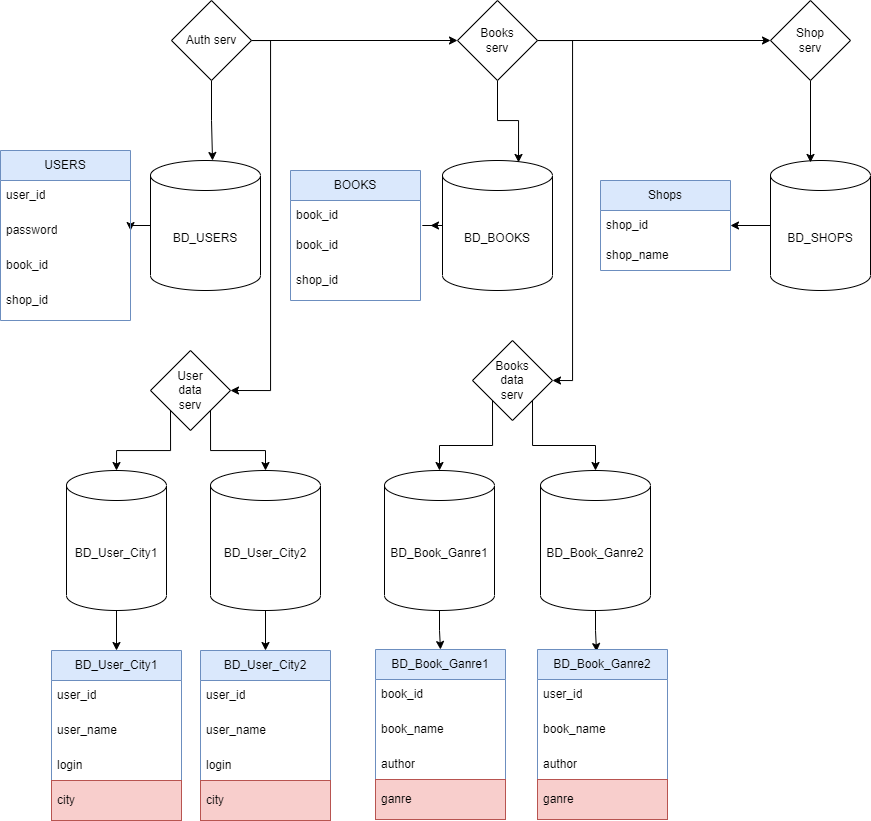
Above: sqlsdb5_hw5/schema.png in sanych79/sqldb5_hw5 (draw.io), before the change. Source tidied: cells renumbered, new cells last; positions are measured from the earlier drawing's top-left corner, leaving out a move shared by most shapes.
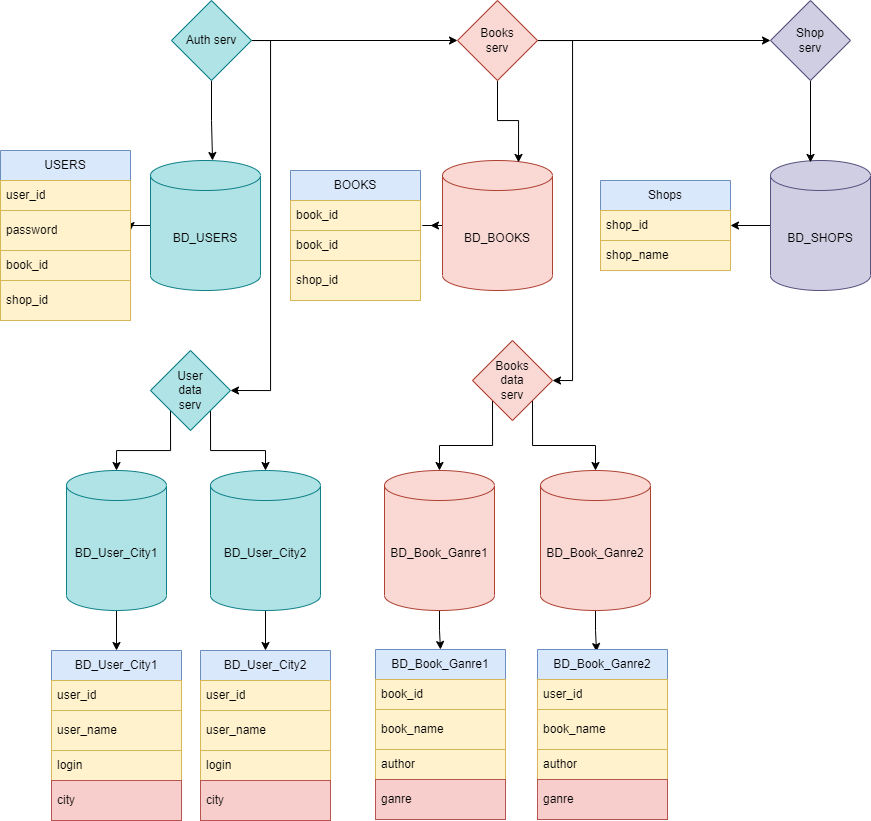
Later version of the same file.

Commit message:
shema modif

Change to the diagram source:
```diff
@@ -5,7 +5,7 @@
     <mxCell id="2" style="edgeStyle=orthogonalEdgeStyle;rounded=0;jettySize=auto;html=1;" parent="1" edge="1" source="3" target="10">
       <mxGeometry relative="1" as="geometry" />
     </mxCell>
-    <mxCell id="3" value="BD_USERS" style="shape=cylinder3;whiteSpace=wrap;html=1;boundedLbl=1;backgroundOutline=1;size=15;" parent="1" vertex="1">
+    <mxCell id="3" value="BD_USERS" style="shape=cylinder3;whiteSpace=wrap;html=1;boundedLbl=1;backgroundOutline=1;size=15;fillColor=#b0e3e6;strokeColor=#0e8088;" parent="1" vertex="1">
       <mxGeometry x="150" y="160" width="110" height="130" as="geometry" />
     </mxCell>
     <mxCell id="4" style="edgeStyle=orthogonalEdgeStyle;rounded=0;jettySize=auto;html=1;" parent="1" edge="1" source="5">
@@ -13,28 +13,28 @@
         <mxPoint x="430" y="225" as="targetPoint" />
       </mxGeometry>
     </mxCell>
-    <mxCell id="5" value="BD_BOOKS" style="shape=cylinder3;whiteSpace=wrap;html=1;boundedLbl=1;backgroundOutline=1;size=15;" parent="1" vertex="1">
+    <mxCell id="5" value="BD_BOOKS" style="shape=cylinder3;whiteSpace=wrap;html=1;boundedLbl=1;backgroundOutline=1;size=15;fillColor=#fad9d5;strokeColor=#ae4132;" parent="1" vertex="1">
       <mxGeometry x="442" y="160" width="110" height="130" as="geometry" />
     </mxCell>
     <mxCell id="6" style="edgeStyle=orthogonalEdgeStyle;rounded=0;jettySize=auto;html=1;" parent="1" edge="1" source="7" target="68">
       <mxGeometry relative="1" as="geometry" />
     </mxCell>
-    <mxCell id="7" value="BD_SHOPS" style="shape=cylinder3;whiteSpace=wrap;html=1;boundedLbl=1;backgroundOutline=1;size=15;" parent="1" vertex="1">
+    <mxCell id="7" value="BD_SHOPS" style="shape=cylinder3;whiteSpace=wrap;html=1;boundedLbl=1;backgroundOutline=1;size=15;fillColor=#d0cee2;strokeColor=#56517e;" parent="1" vertex="1">
       <mxGeometry x="770" y="160" width="100" height="130" as="geometry" />
     </mxCell>
     <mxCell id="8" value="USERS" style="swimlane;fontStyle=0;horizontal=1;startSize=30;whiteSpace=wrap;html=1;fillColor=#dae8fc;strokeColor=#6c8ebf;" parent="1" vertex="1">
       <mxGeometry y="150" width="130" height="170" as="geometry" />
     </mxCell>
-    <mxCell id="9" value="user_id" style="text;strokeColor=none;fillColor=none;align=left;verticalAlign=middle;spacingLeft=4;spacingRight=4;overflow=hidden;whiteSpace=wrap;html=1;" parent="8" vertex="1">
+    <mxCell id="9" value="user_id" style="text;strokeColor=#d6b656;fillColor=#fff2cc;align=left;verticalAlign=middle;spacingLeft=4;spacingRight=4;overflow=hidden;whiteSpace=wrap;html=1;" parent="8" vertex="1">
       <mxGeometry y="30" width="130" height="30" as="geometry" />
     </mxCell>
-    <mxCell id="10" value="password" style="text;strokeColor=none;fillColor=none;align=left;verticalAlign=middle;spacingLeft=4;spacingRight=4;overflow=hidden;points=[[0,0.5],[1,0.5]];portConstraint=eastwest;whiteSpace=wrap;html=1;" parent="8" vertex="1">
+    <mxCell id="10" value="password" style="text;strokeColor=#d6b656;fillColor=#fff2cc;align=left;verticalAlign=middle;spacingLeft=4;spacingRight=4;overflow=hidden;points=[[0,0.5],[1,0.5]];portConstraint=eastwest;whiteSpace=wrap;html=1;" parent="8" vertex="1">
       <mxGeometry y="60" width="130" height="40" as="geometry" />
     </mxCell>
-    <mxCell id="11" value="book_id" style="text;strokeColor=none;fillColor=none;align=left;verticalAlign=middle;spacingLeft=4;spacingRight=4;overflow=hidden;whiteSpace=wrap;html=1;" parent="8" vertex="1">
+    <mxCell id="11" value="book_id" style="text;strokeColor=#d6b656;fillColor=#fff2cc;align=left;verticalAlign=middle;spacingLeft=4;spacingRight=4;overflow=hidden;whiteSpace=wrap;html=1;" parent="8" vertex="1">
       <mxGeometry y="100" width="130" height="30" as="geometry" />
     </mxCell>
-    <mxCell id="12" value="shop_id" style="text;strokeColor=none;fillColor=none;align=left;verticalAlign=middle;spacingLeft=4;spacingRight=4;overflow=hidden;points=[[0,0.5],[1,0.5]];portConstraint=eastwest;whiteSpace=wrap;html=1;" parent="8" vertex="1">
+    <mxCell id="12" value="shop_id" style="text;strokeColor=#d6b656;fillColor=#fff2cc;align=left;verticalAlign=middle;spacingLeft=4;spacingRight=4;overflow=hidden;points=[[0,0.5],[1,0.5]];portConstraint=eastwest;whiteSpace=wrap;html=1;" parent="8" vertex="1">
       <mxGeometry y="130" width="130" height="40" as="geometry" />
     </mxCell>
     <mxCell id="13" style="edgeStyle=orthogonalEdgeStyle;rounded=0;orthogonalLoop=1;jettySize=auto;html=1;exitX=1;exitY=0.5;exitDx=0;exitDy=0;" parent="8" edge="1" source="12" target="12">
@@ -43,13 +43,13 @@
     <mxCell id="14" value="BOOKS" style="swimlane;fontStyle=0;horizontal=1;startSize=30;whiteSpace=wrap;html=1;fillColor=#dae8fc;strokeColor=#6c8ebf;" parent="1" vertex="1">
       <mxGeometry x="290" y="170" width="130" height="130" as="geometry" />
     </mxCell>
-    <mxCell id="15" value="book_id" style="text;strokeColor=none;fillColor=none;align=left;verticalAlign=middle;spacingLeft=4;spacingRight=4;overflow=hidden;whiteSpace=wrap;html=1;" parent="14" vertex="1">
+    <mxCell id="15" value="book_id" style="text;strokeColor=#d6b656;fillColor=#fff2cc;align=left;verticalAlign=middle;spacingLeft=4;spacingRight=4;overflow=hidden;whiteSpace=wrap;html=1;" parent="14" vertex="1">
       <mxGeometry y="30" width="130" height="30" as="geometry" />
     </mxCell>
-    <mxCell id="16" value="book_id" style="text;strokeColor=none;fillColor=none;align=left;verticalAlign=middle;spacingLeft=4;spacingRight=4;overflow=hidden;whiteSpace=wrap;html=1;" parent="14" vertex="1">
+    <mxCell id="16" value="book_id" style="text;strokeColor=#d6b656;fillColor=#fff2cc;align=left;verticalAlign=middle;spacingLeft=4;spacingRight=4;overflow=hidden;whiteSpace=wrap;html=1;" parent="14" vertex="1">
       <mxGeometry y="60" width="130" height="30" as="geometry" />
     </mxCell>
-    <mxCell id="17" value="shop_id" style="text;strokeColor=none;fillColor=none;align=left;verticalAlign=middle;spacingLeft=4;spacingRight=4;overflow=hidden;points=[[0,0.5],[1,0.5]];portConstraint=eastwest;whiteSpace=wrap;html=1;" parent="14" vertex="1">
+    <mxCell id="17" value="shop_id" style="text;strokeColor=#d6b656;fillColor=#fff2cc;align=left;verticalAlign=middle;spacingLeft=4;spacingRight=4;overflow=hidden;points=[[0,0.5],[1,0.5]];portConstraint=eastwest;whiteSpace=wrap;html=1;" parent="14" vertex="1">
       <mxGeometry y="90" width="130" height="40" as="geometry" />
     </mxCell>
     <mxCell id="18" style="edgeStyle=orthogonalEdgeStyle;rounded=0;orthogonalLoop=1;jettySize=auto;html=1;exitX=1;exitY=0.5;exitDx=0;exitDy=0;" parent="14" edge="1" source="17" target="17">
@@ -58,25 +58,25 @@
     <mxCell id="19" style="edgeStyle=orthogonalEdgeStyle;rounded=0;jettySize=auto;html=1;" parent="1" edge="1" source="20" target="23">
       <mxGeometry relative="1" as="geometry" />
     </mxCell>
-    <mxCell id="20" value="BD_User_City1" style="shape=cylinder3;whiteSpace=wrap;html=1;boundedLbl=1;backgroundOutline=1;size=15;" parent="1" vertex="1">
+    <mxCell id="20" value="BD_User_City1" style="shape=cylinder3;whiteSpace=wrap;html=1;boundedLbl=1;backgroundOutline=1;size=15;fillColor=#b0e3e6;strokeColor=#0e8088;" parent="1" vertex="1">
       <mxGeometry x="66" y="470" width="100" height="140" as="geometry" />
     </mxCell>
     <mxCell id="21" style="edgeStyle=orthogonalEdgeStyle;rounded=0;jettySize=auto;html=1;" parent="1" edge="1" source="22" target="29">
       <mxGeometry relative="1" as="geometry" />
     </mxCell>
-    <mxCell id="22" value="BD_User_City2" style="shape=cylinder3;whiteSpace=wrap;html=1;boundedLbl=1;backgroundOutline=1;size=15;" parent="1" vertex="1">
+    <mxCell id="22" value="BD_User_City2" style="shape=cylinder3;whiteSpace=wrap;html=1;boundedLbl=1;backgroundOutline=1;size=15;fillColor=#b0e3e6;strokeColor=#0e8088;" parent="1" vertex="1">
       <mxGeometry x="210" y="470" width="110" height="140" as="geometry" />
     </mxCell>
     <mxCell id="23" value="BD_User_City1" style="swimlane;fontStyle=0;horizontal=1;startSize=30;whiteSpace=wrap;html=1;fillColor=#dae8fc;strokeColor=#6c8ebf;" parent="1" vertex="1">
       <mxGeometry x="51" y="650" width="130" height="170" as="geometry" />
     </mxCell>
-    <mxCell id="24" value="user_id" style="text;strokeColor=none;fillColor=none;align=left;verticalAlign=middle;spacingLeft=4;spacingRight=4;overflow=hidden;whiteSpace=wrap;html=1;" parent="23" vertex="1">
+    <mxCell id="24" value="user_id" style="text;strokeColor=#d6b656;fillColor=#fff2cc;align=left;verticalAlign=middle;spacingLeft=4;spacingRight=4;overflow=hidden;whiteSpace=wrap;html=1;" parent="23" vertex="1">
       <mxGeometry y="30" width="130" height="30" as="geometry" />
     </mxCell>
-    <mxCell id="25" value="user_name" style="text;strokeColor=none;fillColor=none;align=left;verticalAlign=middle;spacingLeft=4;spacingRight=4;overflow=hidden;whiteSpace=wrap;html=1;" parent="23" vertex="1">
+    <mxCell id="25" value="user_name" style="text;strokeColor=#d6b656;fillColor=#fff2cc;align=left;verticalAlign=middle;spacingLeft=4;spacingRight=4;overflow=hidden;whiteSpace=wrap;html=1;" parent="23" vertex="1">
       <mxGeometry y="60" width="130" height="40" as="geometry" />
     </mxCell>
-    <mxCell id="26" value="login" style="text;strokeColor=none;fillColor=none;align=left;verticalAlign=middle;spacingLeft=4;spacingRight=4;overflow=hidden;whiteSpace=wrap;html=1;" parent="23" vertex="1">
+    <mxCell id="26" value="login" style="text;strokeColor=#d6b656;fillColor=#fff2cc;align=left;verticalAlign=middle;spacingLeft=4;spacingRight=4;overflow=hidden;whiteSpace=wrap;html=1;" parent="23" vertex="1">
       <mxGeometry y="100" width="130" height="30" as="geometry" />
     </mxCell>
     <mxCell id="27" value="city" style="text;strokeColor=#b85450;fillColor=#f8cecc;align=left;verticalAlign=middle;spacingLeft=4;spacingRight=4;overflow=hidden;points=[[0,0.5],[1,0.5]];portConstraint=eastwest;whiteSpace=wrap;html=1;" parent="23" vertex="1">
@@ -88,13 +88,13 @@
     <mxCell id="29" value="BD_User_City2" style="swimlane;fontStyle=0;horizontal=1;startSize=30;whiteSpace=wrap;html=1;fillColor=#dae8fc;strokeColor=#6c8ebf;" parent="1" vertex="1">
       <mxGeometry x="200" y="650" width="130" height="170" as="geometry" />
     </mxCell>
-    <mxCell id="30" value="user_id" style="text;strokeColor=none;fillColor=none;align=left;verticalAlign=middle;spacingLeft=4;spacingRight=4;overflow=hidden;whiteSpace=wrap;html=1;" parent="29" vertex="1">
+    <mxCell id="30" value="user_id" style="text;strokeColor=#d6b656;fillColor=#fff2cc;align=left;verticalAlign=middle;spacingLeft=4;spacingRight=4;overflow=hidden;whiteSpace=wrap;html=1;" parent="29" vertex="1">
       <mxGeometry y="30" width="130" height="30" as="geometry" />
     </mxCell>
-    <mxCell id="31" value="user_name" style="text;strokeColor=none;fillColor=none;align=left;verticalAlign=middle;spacingLeft=4;spacingRight=4;overflow=hidden;whiteSpace=wrap;html=1;" parent="29" vertex="1">
+    <mxCell id="31" value="user_name" style="text;strokeColor=#d6b656;fillColor=#fff2cc;align=left;verticalAlign=middle;spacingLeft=4;spacingRight=4;overflow=hidden;whiteSpace=wrap;html=1;" parent="29" vertex="1">
       <mxGeometry y="60" width="130" height="40" as="geometry" />
     </mxCell>
-    <mxCell id="32" value="login" style="text;strokeColor=none;fillColor=none;align=left;verticalAlign=middle;spacingLeft=4;spacingRight=4;overflow=hidden;whiteSpace=wrap;html=1;" parent="29" vertex="1">
+    <mxCell id="32" value="login" style="text;strokeColor=#d6b656;fillColor=#fff2cc;align=left;verticalAlign=middle;spacingLeft=4;spacingRight=4;overflow=hidden;whiteSpace=wrap;html=1;" parent="29" vertex="1">
       <mxGeometry y="100" width="130" height="30" as="geometry" />
     </mxCell>
     <mxCell id="33" value="city" style="text;strokeColor=#b85450;fillColor=#f8cecc;align=left;verticalAlign=middle;spacingLeft=4;spacingRight=4;overflow=hidden;points=[[0,0.5],[1,0.5]];portConstraint=eastwest;whiteSpace=wrap;html=1;" parent="29" vertex="1">
@@ -106,25 +106,25 @@
     <mxCell id="35" style="edgeStyle=orthogonalEdgeStyle;rounded=0;jettySize=auto;html=1;entryX=0.5;entryY=0;entryDx=0;entryDy=0;" parent="1" edge="1" source="36" target="39">
       <mxGeometry relative="1" as="geometry" />
     </mxCell>
-    <mxCell id="36" value="BD_Book_Ganre1" style="shape=cylinder3;whiteSpace=wrap;html=1;boundedLbl=1;backgroundOutline=1;size=15;" parent="1" vertex="1">
+    <mxCell id="36" value="BD_Book_Ganre1" style="shape=cylinder3;whiteSpace=wrap;html=1;boundedLbl=1;backgroundOutline=1;size=15;fillColor=#fad9d5;strokeColor=#ae4132;" parent="1" vertex="1">
       <mxGeometry x="384" y="470" width="110" height="140" as="geometry" />
     </mxCell>
     <mxCell id="37" style="edgeStyle=orthogonalEdgeStyle;rounded=0;jettySize=auto;html=1;entryX=0.454;entryY=0.012;entryDx=0;entryDy=0;entryPerimeter=0;" parent="1" edge="1" source="38" target="45">
       <mxGeometry relative="1" as="geometry" />
     </mxCell>
-    <mxCell id="38" value="BD_Book_Ganre2" style="shape=cylinder3;whiteSpace=wrap;html=1;boundedLbl=1;backgroundOutline=1;size=15;" parent="1" vertex="1">
+    <mxCell id="38" value="BD_Book_Ganre2" style="shape=cylinder3;whiteSpace=wrap;html=1;boundedLbl=1;backgroundOutline=1;size=15;fillColor=#fad9d5;strokeColor=#ae4132;" parent="1" vertex="1">
       <mxGeometry x="540" y="470" width="110" height="140" as="geometry" />
     </mxCell>
     <mxCell id="39" value="BD_Book_Ganre1" style="swimlane;fontStyle=0;horizontal=1;startSize=30;whiteSpace=wrap;html=1;fillColor=#dae8fc;strokeColor=#6c8ebf;" parent="1" vertex="1">
       <mxGeometry x="375" y="649" width="130" height="170" as="geometry" />
     </mxCell>
-    <mxCell id="40" value="book_id" style="text;strokeColor=none;fillColor=none;align=left;verticalAlign=middle;spacingLeft=4;spacingRight=4;overflow=hidden;whiteSpace=wrap;html=1;" parent="39" vertex="1">
+    <mxCell id="40" value="book_id" style="text;strokeColor=#d6b656;fillColor=#fff2cc;align=left;verticalAlign=middle;spacingLeft=4;spacingRight=4;overflow=hidden;whiteSpace=wrap;html=1;" parent="39" vertex="1">
       <mxGeometry y="30" width="130" height="30" as="geometry" />
     </mxCell>
-    <mxCell id="41" value="book_name" style="text;strokeColor=none;fillColor=none;align=left;verticalAlign=middle;spacingLeft=4;spacingRight=4;overflow=hidden;whiteSpace=wrap;html=1;" parent="39" vertex="1">
+    <mxCell id="41" value="book_name" style="text;strokeColor=#d6b656;fillColor=#fff2cc;align=left;verticalAlign=middle;spacingLeft=4;spacingRight=4;overflow=hidden;whiteSpace=wrap;html=1;" parent="39" vertex="1">
       <mxGeometry y="60" width="130" height="40" as="geometry" />
     </mxCell>
-    <mxCell id="42" value="author" style="text;strokeColor=none;fillColor=none;align=left;verticalAlign=middle;spacingLeft=4;spacingRight=4;overflow=hidden;whiteSpace=wrap;html=1;" parent="39" vertex="1">
+    <mxCell id="42" value="author" style="text;strokeColor=#d6b656;fillColor=#fff2cc;align=left;verticalAlign=middle;spacingLeft=4;spacingRight=4;overflow=hidden;whiteSpace=wrap;html=1;" parent="39" vertex="1">
       <mxGeometry y="100" width="130" height="30" as="geometry" />
     </mxCell>
     <mxCell id="43" value="ganre" style="text;strokeColor=#b85450;fillColor=#f8cecc;align=left;verticalAlign=middle;spacingLeft=4;spacingRight=4;overflow=hidden;points=[[0,0.5],[1,0.5]];portConstraint=eastwest;whiteSpace=wrap;html=1;" parent="39" vertex="1">
@@ -136,13 +136,13 @@
     <mxCell id="45" value="BD_Book_Ganre2" style="swimlane;fontStyle=0;horizontal=1;startSize=30;whiteSpace=wrap;html=1;fillColor=#dae8fc;strokeColor=#6c8ebf;" parent="1" vertex="1">
       <mxGeometry x="537" y="649" width="130" height="170" as="geometry" />
     </mxCell>
-    <mxCell id="46" value="user_id" style="text;strokeColor=none;fillColor=none;align=left;verticalAlign=middle;spacingLeft=4;spacingRight=4;overflow=hidden;whiteSpace=wrap;html=1;" parent="45" vertex="1">
+    <mxCell id="46" value="user_id" style="text;strokeColor=#d6b656;fillColor=#fff2cc;align=left;verticalAlign=middle;spacingLeft=4;spacingRight=4;overflow=hidden;whiteSpace=wrap;html=1;" parent="45" vertex="1">
       <mxGeometry y="30" width="130" height="30" as="geometry" />
     </mxCell>
-    <mxCell id="47" value="book_name" style="text;strokeColor=none;fillColor=none;align=left;verticalAlign=middle;spacingLeft=4;spacingRight=4;overflow=hidden;whiteSpace=wrap;html=1;" parent="45" vertex="1">
+    <mxCell id="47" value="book_name" style="text;strokeColor=#d6b656;fillColor=#fff2cc;align=left;verticalAlign=middle;spacingLeft=4;spacingRight=4;overflow=hidden;whiteSpace=wrap;html=1;" parent="45" vertex="1">
       <mxGeometry y="60" width="130" height="40" as="geometry" />
     </mxCell>
-    <mxCell id="48" value="author" style="text;strokeColor=none;fillColor=none;align=left;verticalAlign=middle;spacingLeft=4;spacingRight=4;overflow=hidden;whiteSpace=wrap;html=1;" parent="45" vertex="1">
+    <mxCell id="48" value="author" style="text;strokeColor=#d6b656;fillColor=#fff2cc;align=left;verticalAlign=middle;spacingLeft=4;spacingRight=4;overflow=hidden;whiteSpace=wrap;html=1;" parent="45" vertex="1">
       <mxGeometry y="100" width="130" height="30" as="geometry" />
     </mxCell>
     <mxCell id="49" value="ganre" style="text;strokeColor=#b85450;fillColor=#f8cecc;align=left;verticalAlign=middle;spacingLeft=4;spacingRight=4;overflow=hidden;points=[[0,0.5],[1,0.5]];portConstraint=eastwest;whiteSpace=wrap;html=1;" parent="45" vertex="1">
@@ -157,7 +157,7 @@
     <mxCell id="52" style="edgeStyle=orthogonalEdgeStyle;rounded=0;jettySize=auto;html=1;exitX=0;exitY=1;exitDx=0;exitDy=0;entryX=0.5;entryY=0;entryDx=0;entryDy=0;entryPerimeter=0;" parent="1" edge="1" source="53" target="20">
       <mxGeometry relative="1" as="geometry" />
     </mxCell>
-    <mxCell id="53" value="User&lt;br&gt;data&lt;br&gt;serv" style="rhombus;whiteSpace=wrap;html=1;" parent="1" vertex="1">
+    <mxCell id="53" value="User&lt;br&gt;data&lt;br&gt;serv" style="rhombus;whiteSpace=wrap;html=1;fillColor=#b0e3e6;strokeColor=#0e8088;" parent="1" vertex="1">
       <mxGeometry x="150" y="350" width="80" height="80" as="geometry" />
     </mxCell>
     <mxCell id="54" style="edgeStyle=orthogonalEdgeStyle;rounded=0;jettySize=auto;html=1;entryX=0.564;entryY=0;entryDx=0;entryDy=0;entryPerimeter=0;" parent="1" edge="1" source="57" target="3">
@@ -174,7 +174,7 @@
     <mxCell id="56" style="edgeStyle=orthogonalEdgeStyle;rounded=0;jettySize=auto;html=1;" parent="1" edge="1" source="57" target="61">
       <mxGeometry relative="1" as="geometry" />
     </mxCell>
-    <mxCell id="57" value="Auth serv" style="rhombus;whiteSpace=wrap;html=1;" parent="1" vertex="1">
+    <mxCell id="57" value="Auth serv" style="rhombus;whiteSpace=wrap;html=1;fillColor=#b0e3e6;strokeColor=#0e8088;" parent="1" vertex="1">
       <mxGeometry x="171" width="80" height="80" as="geometry" />
     </mxCell>
     <mxCell id="58" style="edgeStyle=orthogonalEdgeStyle;rounded=0;jettySize=auto;html=1;entryX=0.691;entryY=0.015;entryDx=0;entryDy=0;entryPerimeter=0;" parent="1" edge="1" source="61" target="5">
@@ -191,13 +191,13 @@
     <mxCell id="60" style="edgeStyle=orthogonalEdgeStyle;rounded=0;jettySize=auto;html=1;entryX=0;entryY=0.5;entryDx=0;entryDy=0;" parent="1" edge="1" source="61" target="63">
       <mxGeometry relative="1" as="geometry" />
     </mxCell>
-    <mxCell id="61" value="Books&lt;br&gt;serv" style="rhombus;whiteSpace=wrap;html=1;" parent="1" vertex="1">
+    <mxCell id="61" value="Books&lt;br&gt;serv" style="rhombus;whiteSpace=wrap;html=1;fillColor=#fad9d5;strokeColor=#ae4132;" parent="1" vertex="1">
       <mxGeometry x="457" width="80" height="80" as="geometry" />
     </mxCell>
     <mxCell id="62" style="edgeStyle=orthogonalEdgeStyle;rounded=0;jettySize=auto;html=1;entryX=0.4;entryY=0.015;entryDx=0;entryDy=0;entryPerimeter=0;" parent="1" edge="1" source="63" target="7">
       <mxGeometry relative="1" as="geometry" />
     </mxCell>
-    <mxCell id="63" value="Shop&lt;br&gt;serv" style="rhombus;whiteSpace=wrap;html=1;" parent="1" vertex="1">
+    <mxCell id="63" value="Shop&lt;br&gt;serv" style="rhombus;whiteSpace=wrap;html=1;fillColor=#d0cee2;strokeColor=#56517e;" parent="1" vertex="1">
       <mxGeometry x="770" width="80" height="80" as="geometry" />
     </mxCell>
     <mxCell id="64" style="edgeStyle=orthogonalEdgeStyle;rounded=0;jettySize=auto;html=1;exitX=0;exitY=1;exitDx=0;exitDy=0;entryX=0.5;entryY=0;entryDx=0;entryDy=0;entryPerimeter=0;" parent="1" edge="1" source="66" target="36">
@@ -206,16 +206,16 @@
     <mxCell id="65" style="edgeStyle=orthogonalEdgeStyle;rounded=0;jettySize=auto;html=1;exitX=1;exitY=1;exitDx=0;exitDy=0;entryX=0.5;entryY=0;entryDx=0;entryDy=0;entryPerimeter=0;" parent="1" edge="1" source="66" target="38">
       <mxGeometry relative="1" as="geometry" />
     </mxCell>
-    <mxCell id="66" value="Books&lt;br&gt;data&lt;br&gt;serv" style="rhombus;whiteSpace=wrap;html=1;" parent="1" vertex="1">
+    <mxCell id="66" value="Books&lt;br&gt;data&lt;br&gt;serv" style="rhombus;whiteSpace=wrap;html=1;fillColor=#fad9d5;strokeColor=#ae4132;" parent="1" vertex="1">
       <mxGeometry x="472" y="340" width="80" height="80" as="geometry" />
     </mxCell>
     <mxCell id="67" value="Shops" style="swimlane;fontStyle=0;horizontal=1;startSize=30;whiteSpace=wrap;html=1;fillColor=#dae8fc;strokeColor=#6c8ebf;" parent="1" vertex="1">
       <mxGeometry x="600" y="180" width="130" height="90" as="geometry" />
     </mxCell>
-    <mxCell id="68" value="shop_id" style="text;strokeColor=none;fillColor=none;align=left;verticalAlign=middle;spacingLeft=4;spacingRight=4;overflow=hidden;points=[[0,0.5],[1,0.5]];portConstraint=eastwest;whiteSpace=wrap;html=1;" parent="67" vertex="1">
+    <mxCell id="68" value="shop_id" style="text;strokeColor=#d6b656;fillColor=#fff2cc;align=left;verticalAlign=middle;spacingLeft=4;spacingRight=4;overflow=hidden;points=[[0,0.5],[1,0.5]];portConstraint=eastwest;whiteSpace=wrap;html=1;" parent="67" vertex="1">
       <mxGeometry y="30" width="130" height="30" as="geometry" />
     </mxCell>
-    <mxCell id="69" value="shop_name" style="text;strokeColor=none;fillColor=none;align=left;verticalAlign=middle;spacingLeft=4;spacingRight=4;overflow=hidden;whiteSpace=wrap;html=1;" parent="67" vertex="1">
+    <mxCell id="69" value="shop_name" style="text;strokeColor=#d6b656;fillColor=#fff2cc;align=left;verticalAlign=middle;spacingLeft=4;spacingRight=4;overflow=hidden;whiteSpace=wrap;html=1;" parent="67" vertex="1">
       <mxGeometry y="60" width="130" height="30" as="geometry" />
     </mxCell>
     <mxCell id="70" style="edgeStyle=orthogonalEdgeStyle;rounded=0;orthogonalLoop=1;jettySize=auto;html=1;exitX=1;exitY=0.5;exitDx=0;exitDy=0;" parent="67" edge="1">
```
